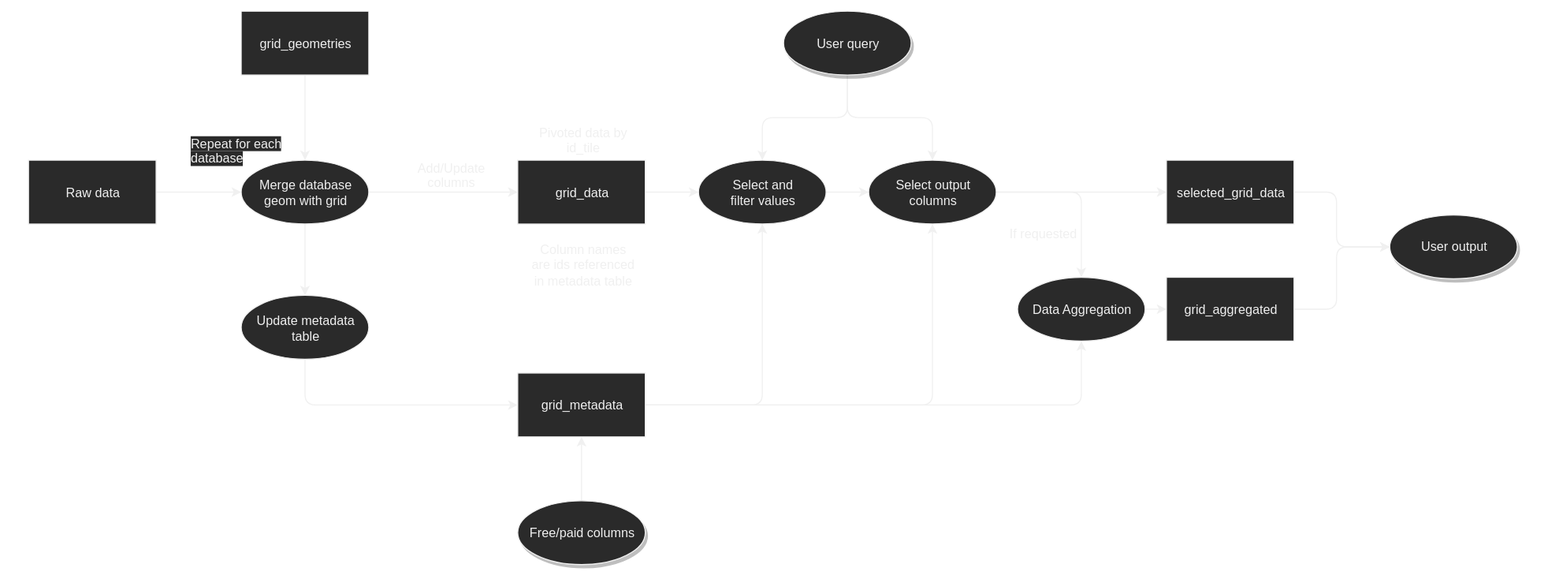
Above: Grid Infrastructure.svg in JoaoCarabetta/obsidian_vault (draw.io), before the change. Source tidied: cells renumbered, new cells last; positions are measured from the earlier drawing's top-left corner, leaving out a move shared by most shapes.
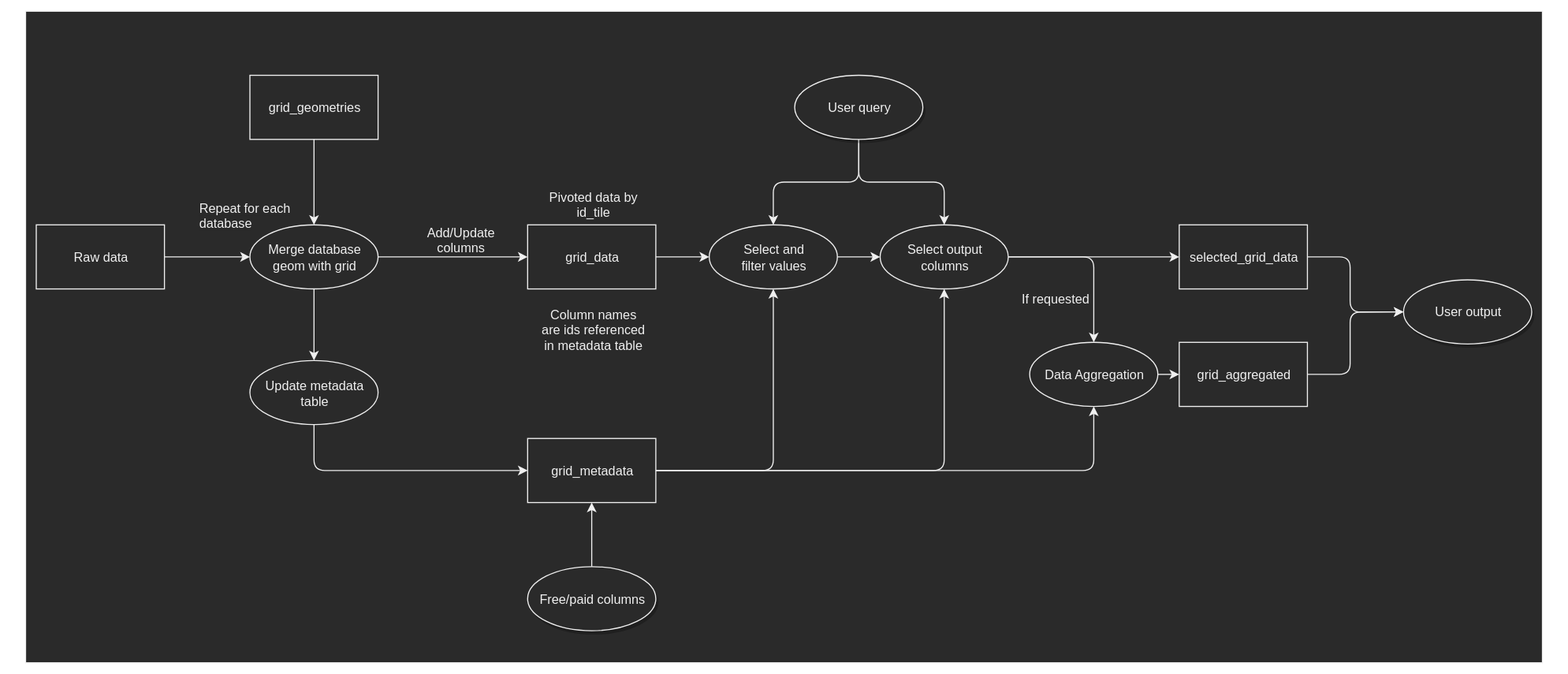
Later version of the same file.

Commit message:
vault backup: 2023-12-01 17:00:29

Diff of the diagram source:
```diff
@@ -2,6 +2,9 @@
   <root>
     <mxCell id="0" />
     <mxCell id="1" parent="0" />
+    <mxCell id="40" style="rounded=0;whiteSpace=wrap;html=1;" parent="1" vertex="1">
+      <mxGeometry x="-10" y="-60" width="1420" height="610" as="geometry" />
+    </mxCell>
     <mxCell id="2" style="edgeStyle=none;html=1;" parent="1" edge="1" source="3" target="6">
       <mxGeometry relative="1" as="geometry" />
     </mxCell>
```
